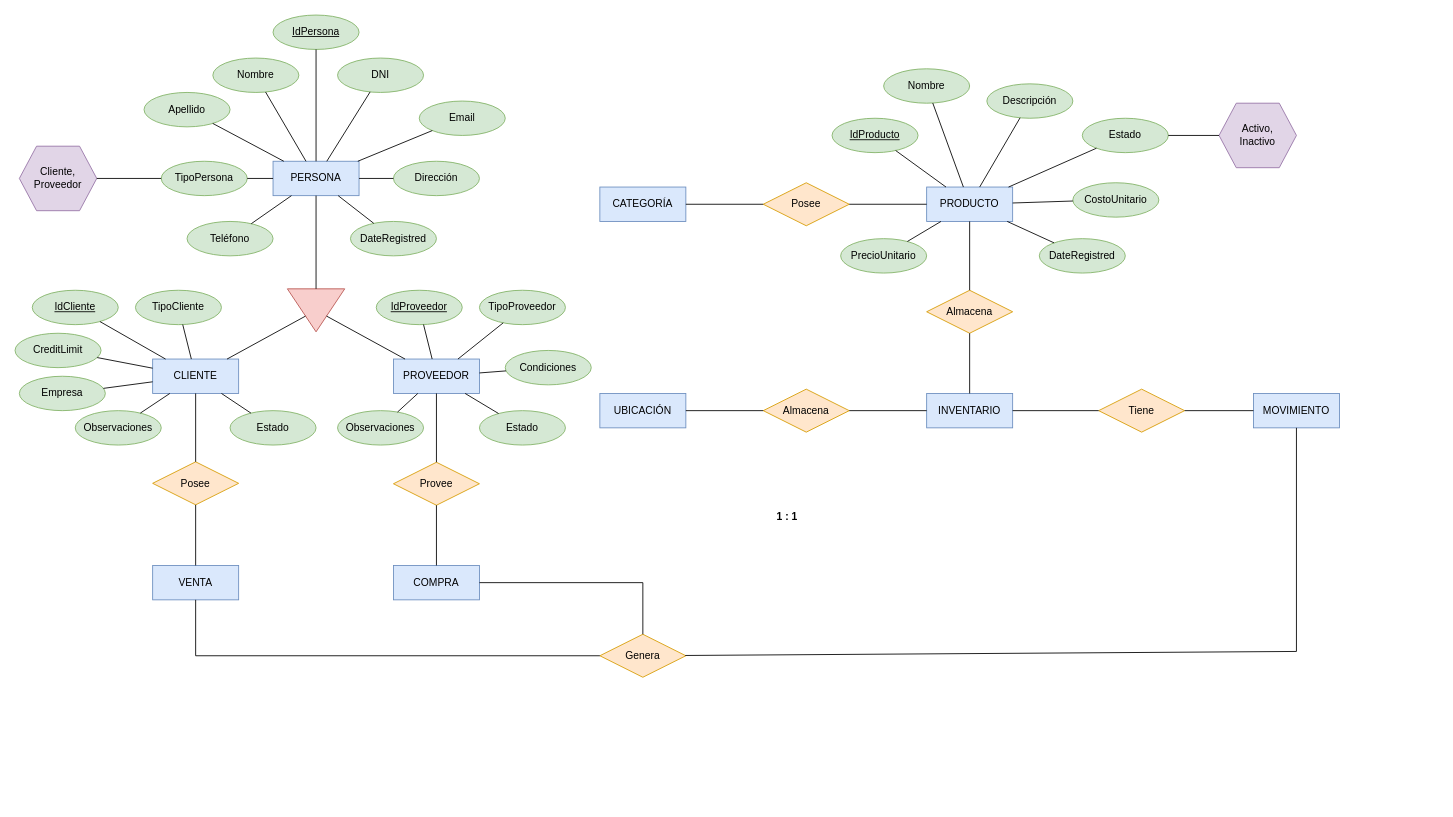
The draw.io diagram DiagramaERD_Inventario.drawio in AngelDavidStudios/Diagramas_BdD_1, before the edit. Source tidied: cells renumbered, new cells numbered last; positions are measured from the earlier drawing's top-left corner, leaving out a move shared by most shapes. Both pictures are drawn from the tidied source at 86%, with x=0, y=0 at pixel (15, 15).
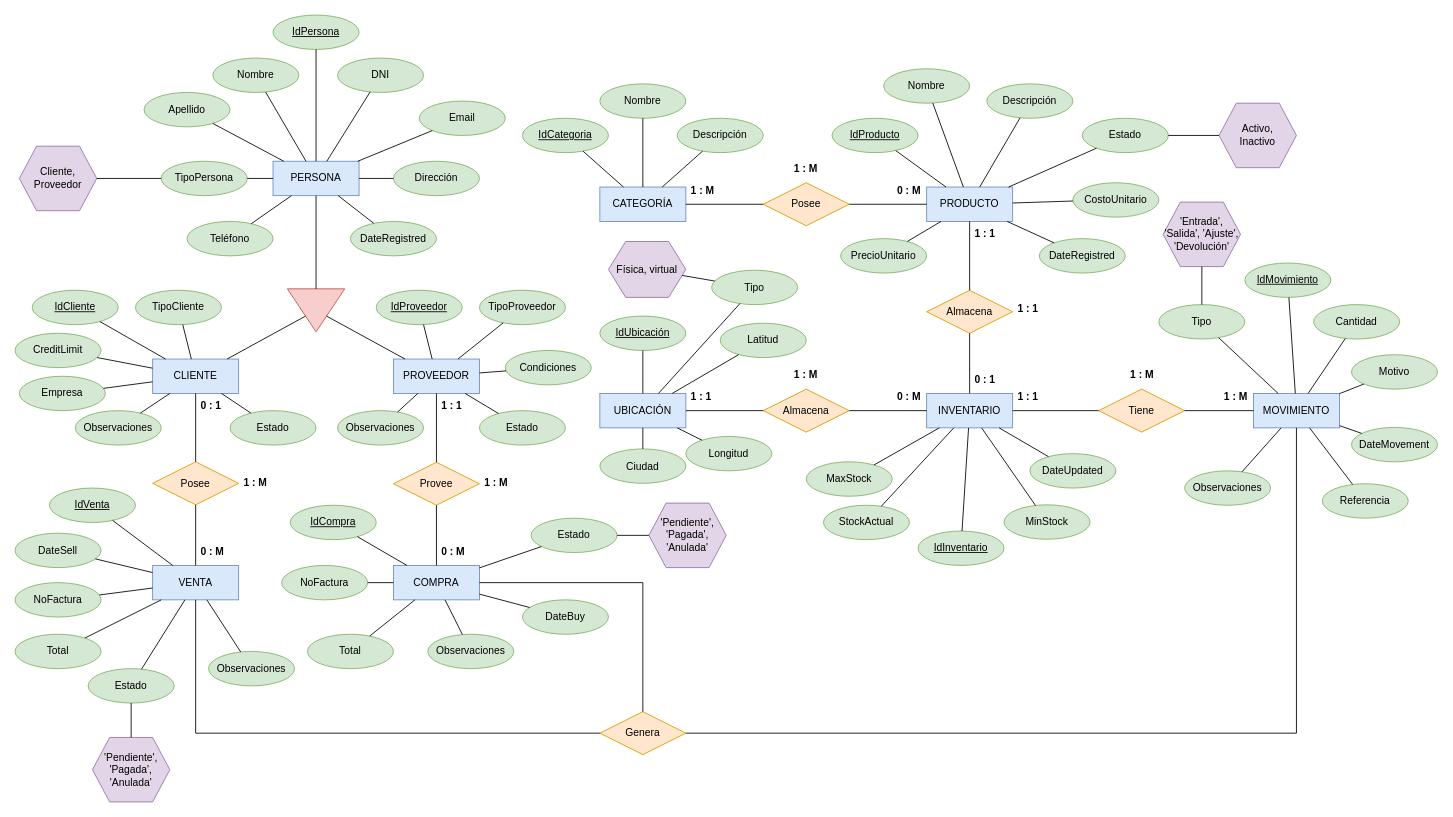
The same page after the edit.

The change refers to these unchanged cells:
```xml
<mxCell id="9" value="INVENTARIO" style="whiteSpace=wrap;html=1;align=center;fillColor=#dae8fc;strokeColor=#6c8ebf;" parent="1" vertex="1">
  <mxGeometry x="1060" y="440" width="100" height="40" as="geometry" />
</mxCell>
<mxCell id="10" value="MOVIMIENTO" style="whiteSpace=wrap;html=1;align=center;fillColor=#dae8fc;strokeColor=#6c8ebf;" parent="1" vertex="1">
  <mxGeometry x="1440" y="440" width="100" height="40" as="geometry" />
</mxCell>
<mxCell id="11" value="CATEGORÍA" style="whiteSpace=wrap;html=1;align=center;fillColor=#dae8fc;strokeColor=#6c8ebf;" parent="1" vertex="1">
  <mxGeometry x="680" y="200" width="100" height="40" as="geometry" />
</mxCell>
<mxCell id="12" value="UBICACIÓN" style="whiteSpace=wrap;html=1;align=center;fillColor=#dae8fc;strokeColor=#6c8ebf;" parent="1" vertex="1">
  <mxGeometry x="680" y="440" width="100" height="40" as="geometry" />
</mxCell>
<mxCell id="13" value="COMPRA" style="whiteSpace=wrap;html=1;align=center;fillColor=#dae8fc;strokeColor=#6c8ebf;" parent="1" vertex="1">
  <mxGeometry x="440" y="640" width="100" height="40" as="geometry" />
</mxCell>
<mxCell id="14" value="VENTA" style="whiteSpace=wrap;html=1;align=center;fillColor=#dae8fc;strokeColor=#6c8ebf;" parent="1" vertex="1">
  <mxGeometry x="160" y="640" width="100" height="40" as="geometry" />
</mxCell>
```

Change to the diagram source:
```diff
@@
-    <mxCell id="4" value="&lt;b&gt;1 : 1&lt;/b&gt;" style="text;strokeColor=none;fillColor=none;spacingLeft=4;spacingRight=4;overflow=hidden;fontSize=12;whiteSpace=wrap;html=1;" parent="1" vertex="1">
-      <mxGeometry x="880" y="569.5" width="40" height="30" as="geometry" />
+    <mxCell id="4" value="&lt;b&gt;1 : M&lt;/b&gt;" style="text;strokeColor=none;fillColor=none;spacingLeft=4;spacingRight=4;overflow=hidden;fontSize=12;whiteSpace=wrap;html=1;" parent="1" vertex="1">
+      <mxGeometry x="260" y="530" width="40" height="30" as="geometry" />
     </mxCell>
@@
     <mxCell id="34" value="Genera" style="shape=rhombus;perimeter=rhombusPerimeter;whiteSpace=wrap;html=1;align=center;fillColor=#ffe6cc;strokeColor=#d79b00;" parent="1" vertex="1">
-      <mxGeometry x="680" y="720" width="100" height="50" as="geometry" />
+      <mxGeometry x="680" y="810" width="100" height="50" as="geometry" />
     </mxCell>
     <mxCell id="35" style="endArrow=none;html=1;rounded=0;" parent="1" edge="1" source="14" target="34">
       <mxGeometry relative="1" as="geometry">
         <Array as="points">
-          <mxPoint x="210" y="745" />
+          <mxPoint x="210" y="835" />
         </Array>
       </mxGeometry>
     </mxCell>
     <mxCell id="36" style="endArrow=none;html=1;rounded=0;" parent="1" edge="1" source="34" target="10">
       <mxGeometry relative="1" as="geometry">
         <Array as="points">
-          <mxPoint x="1490" y="740" />
+          <mxPoint x="1490" y="835" />
         </Array>
       </mxGeometry>
     </mxCell>
@@
+    <mxCell id="97" value="IdCategoria" style="ellipse;whiteSpace=wrap;html=1;align=center;fontStyle=4;fillColor=#d5e8d4;strokeColor=#82b366;" parent="1" vertex="1">
+      <mxGeometry x="590" y="120" width="100" height="40" as="geometry" />
+    </mxCell>
+    <mxCell id="98" value="Descripción" style="ellipse;whiteSpace=wrap;html=1;align=center;fillColor=#d5e8d4;strokeColor=#82b366;" parent="1" vertex="1">
+      <mxGeometry x="770" y="120" width="100" height="40" as="geometry" />
+    </mxCell>
+    <mxCell id="99" value="Nombre" style="ellipse;whiteSpace=wrap;html=1;align=center;fillColor=#d5e8d4;strokeColor=#82b366;" parent="1" vertex="1">
+      <mxGeometry x="680" y="80" width="100" height="40" as="geometry" />
+    </mxCell>
+    <mxCell id="100" style="endArrow=none;html=1;rounded=0;" parent="1" edge="1" source="97" target="11">
+      <mxGeometry relative="1" as="geometry" />
+    </mxCell>
+    <mxCell id="101" style="endArrow=none;html=1;rounded=0;" parent="1" edge="1" source="11" target="99">
+      <mxGeometry relative="1" as="geometry" />
+    </mxCell>
+    <mxCell id="102" style="endArrow=none;html=1;rounded=0;" parent="1" edge="1" source="11" target="98">
+      <mxGeometry relative="1" as="geometry" />
+    </mxCell>
+    <mxCell id="103" value="&lt;b&gt;0 : M&lt;/b&gt;" style="text;strokeColor=none;fillColor=none;spacingLeft=4;spacingRight=4;overflow=hidden;fontSize=12;whiteSpace=wrap;html=1;" parent="1" vertex="1">
+      <mxGeometry x="210" y="610" width="40" height="30" as="geometry" />
+    </mxCell>
+    <mxCell id="104" value="&lt;b&gt;0 : 1&lt;/b&gt;" style="text;strokeColor=none;fillColor=none;spacingLeft=4;spacingRight=4;overflow=hidden;fontSize=12;whiteSpace=wrap;html=1;" parent="1" vertex="1">
+      <mxGeometry x="210" y="440" width="40" height="30" as="geometry" />
+    </mxCell>
+    <mxCell id="105" value="&lt;b&gt;1 : M&lt;/b&gt;" style="text;strokeColor=none;fillColor=none;spacingLeft=4;spacingRight=4;overflow=hidden;fontSize=12;whiteSpace=wrap;html=1;" parent="1" vertex="1">
+      <mxGeometry x="540" y="530" width="40" height="30" as="geometry" />
+    </mxCell>
+    <mxCell id="106" value="&lt;b&gt;1 : 1&lt;/b&gt;" style="text;strokeColor=none;fillColor=none;spacingLeft=4;spacingRight=4;overflow=hidden;fontSize=12;whiteSpace=wrap;html=1;" parent="1" vertex="1">
+      <mxGeometry x="490" y="440" width="40" height="30" as="geometry" />
+    </mxCell>
+    <mxCell id="107" value="&lt;b&gt;0 : M&lt;/b&gt;" style="text;strokeColor=none;fillColor=none;spacingLeft=4;spacingRight=4;overflow=hidden;fontSize=12;whiteSpace=wrap;html=1;" parent="1" vertex="1">
+      <mxGeometry x="490" y="610" width="40" height="30" as="geometry" />
+    </mxCell>
+    <mxCell id="108" value="&lt;b&gt;1 : M&lt;/b&gt;" style="text;strokeColor=none;fillColor=none;spacingLeft=4;spacingRight=4;overflow=hidden;fontSize=12;whiteSpace=wrap;html=1;" parent="1" vertex="1">
+      <mxGeometry x="900" y="405" width="40" height="30" as="geometry" />
+    </mxCell>
+    <mxCell id="109" value="&lt;b&gt;0 : M&lt;/b&gt;" style="text;strokeColor=none;fillColor=none;spacingLeft=4;spacingRight=4;overflow=hidden;fontSize=12;whiteSpace=wrap;html=1;" parent="1" vertex="1">
+      <mxGeometry x="1020" y="430" width="40" height="30" as="geometry" />
+    </mxCell>
+    <mxCell id="110" value="&lt;b&gt;1 : 1&lt;/b&gt;" style="text;strokeColor=none;fillColor=none;spacingLeft=4;spacingRight=4;overflow=hidden;fontSize=12;whiteSpace=wrap;html=1;" parent="1" vertex="1">
+      <mxGeometry x="780" y="430" width="40" height="30" as="geometry" />
+    </mxCell>
+    <mxCell id="111" value="&lt;b&gt;1 : 1&lt;/b&gt;" style="text;strokeColor=none;fillColor=none;spacingLeft=4;spacingRight=4;overflow=hidden;fontSize=12;whiteSpace=wrap;html=1;" parent="1" vertex="1">
+      <mxGeometry x="1160" y="328.3" width="40" height="30" as="geometry" />
+    </mxCell>
+    <mxCell id="112" value="&lt;b&gt;0 : 1&lt;/b&gt;" style="text;strokeColor=none;fillColor=none;spacingLeft=4;spacingRight=4;overflow=hidden;fontSize=12;whiteSpace=wrap;html=1;" parent="1" vertex="1">
+      <mxGeometry x="1110" y="410" width="40" height="30" as="geometry" />
+    </mxCell>
+    <mxCell id="113" value="&lt;b&gt;1 : 1&lt;/b&gt;" style="text;strokeColor=none;fillColor=none;spacingLeft=4;spacingRight=4;overflow=hidden;fontSize=12;whiteSpace=wrap;html=1;" parent="1" vertex="1">
+      <mxGeometry x="1110" y="240" width="40" height="30" as="geometry" />
+    </mxCell>
+    <mxCell id="114" value="&lt;b&gt;1 : M&lt;/b&gt;" style="text;strokeColor=none;fillColor=none;spacingLeft=4;spacingRight=4;overflow=hidden;fontSize=12;whiteSpace=wrap;html=1;" parent="1" vertex="1">
+      <mxGeometry x="900" y="165" width="40" height="30" as="geometry" />
+    </mxCell>
+    <mxCell id="115" value="&lt;b&gt;0 : M&lt;/b&gt;" style="text;strokeColor=none;fillColor=none;spacingLeft=4;spacingRight=4;overflow=hidden;fontSize=12;whiteSpace=wrap;html=1;" parent="1" vertex="1">
+      <mxGeometry x="1020" y="190" width="40" height="30" as="geometry" />
+    </mxCell>
+    <mxCell id="116" value="&lt;b&gt;1 : M&lt;/b&gt;" style="text;strokeColor=none;fillColor=none;spacingLeft=4;spacingRight=4;overflow=hidden;fontSize=12;whiteSpace=wrap;html=1;" parent="1" vertex="1">
+      <mxGeometry x="780" y="190" width="40" height="30" as="geometry" />
+    </mxCell>
+    <mxCell id="117" value="&lt;b&gt;1 : M&lt;/b&gt;" style="text;strokeColor=none;fillColor=none;spacingLeft=4;spacingRight=4;overflow=hidden;fontSize=12;whiteSpace=wrap;html=1;" parent="1" vertex="1">
+      <mxGeometry x="1291" y="405" width="40" height="30" as="geometry" />
+    </mxCell>
+    <mxCell id="118" value="&lt;b&gt;1 : M&lt;/b&gt;" style="text;strokeColor=none;fillColor=none;spacingLeft=4;spacingRight=4;overflow=hidden;fontSize=12;whiteSpace=wrap;html=1;" parent="1" vertex="1">
+      <mxGeometry x="1400" y="430" width="40" height="30" as="geometry" />
+    </mxCell>
+    <mxCell id="119" value="&lt;b&gt;1 : 1&lt;/b&gt;" style="text;strokeColor=none;fillColor=none;spacingLeft=4;spacingRight=4;overflow=hidden;fontSize=12;whiteSpace=wrap;html=1;" parent="1" vertex="1">
+      <mxGeometry x="1160" y="430" width="40" height="30" as="geometry" />
+    </mxCell>
+    <mxCell id="120" value="IdInventario" style="ellipse;whiteSpace=wrap;html=1;align=center;fontStyle=4;fillColor=#d5e8d4;strokeColor=#82b366;" parent="1" vertex="1">
+      <mxGeometry x="1050" y="600" width="100" height="40" as="geometry" />
+    </mxCell>
+    <mxCell id="121" value="StockActual" style="ellipse;whiteSpace=wrap;html=1;align=center;fillColor=#d5e8d4;strokeColor=#82b366;" parent="1" vertex="1">
+      <mxGeometry x="940" y="570" width="100" height="40" as="geometry" />
+    </mxCell>
+    <mxCell id="122" value="MinStock" style="ellipse;whiteSpace=wrap;html=1;align=center;fillColor=#d5e8d4;strokeColor=#82b366;" parent="1" vertex="1">
+      <mxGeometry x="1150" y="569.5" width="100" height="40" as="geometry" />
+    </mxCell>
+    <mxCell id="123" value="MaxStock" style="ellipse;whiteSpace=wrap;html=1;align=center;fillColor=#d5e8d4;strokeColor=#82b366;" parent="1" vertex="1">
+      <mxGeometry x="920" y="519.5" width="100" height="40" as="geometry" />
+    </mxCell>
+    <mxCell id="124" value="DateUpdated" style="ellipse;whiteSpace=wrap;html=1;align=center;fillColor=#d5e8d4;strokeColor=#82b366;" parent="1" vertex="1">
+      <mxGeometry x="1180" y="510" width="100" height="40" as="geometry" />
+    </mxCell>
+    <mxCell id="125" style="endArrow=none;html=1;rounded=0;" parent="1" edge="1" source="123" target="9">
+      <mxGeometry relative="1" as="geometry" />
+    </mxCell>
+    <mxCell id="126" style="endArrow=none;html=1;rounded=0;" parent="1" edge="1" source="121" target="9">
+      <mxGeometry relative="1" as="geometry" />
+    </mxCell>
+    <mxCell id="127" style="endArrow=none;html=1;rounded=0;" parent="1" edge="1" source="120" target="9">
+      <mxGeometry relative="1" as="geometry" />
+    </mxCell>
+    <mxCell id="128" style="endArrow=none;html=1;rounded=0;" parent="1" edge="1" source="9" target="122">
+      <mxGeometry relative="1" as="geometry" />
+    </mxCell>
+    <mxCell id="129" style="endArrow=none;html=1;rounded=0;" parent="1" edge="1" source="9" target="124">
+      <mxGeometry relative="1" as="geometry" />
+    </mxCell>
+    <mxCell id="130" value="IdMovimiento" style="ellipse;whiteSpace=wrap;html=1;align=center;fontStyle=4;fillColor=#d5e8d4;strokeColor=#82b366;" parent="1" vertex="1">
+      <mxGeometry x="1430" y="288.3" width="100" height="40" as="geometry" />
+    </mxCell>
+    <mxCell id="131" value="Tipo" style="ellipse;whiteSpace=wrap;html=1;align=center;fillColor=#d5e8d4;strokeColor=#82b366;" parent="1" vertex="1">
+      <mxGeometry x="1330" y="336.7" width="100" height="40" as="geometry" />
+    </mxCell>
+    <mxCell id="132" value="'Entrada', 'Salida', 'Ajuste', 'Devolución'" style="shape=hexagon;perimeter=hexagonPerimeter2;whiteSpace=wrap;html=1;fixedSize=1;fillColor=#e1d5e7;strokeColor=#9673a6;" parent="1" vertex="1">
+      <mxGeometry x="1335" y="217.5" width="90" height="75" as="geometry" />
+    </mxCell>
+    <mxCell id="133" style="endArrow=none;html=1;rounded=0;" parent="1" edge="1" source="132" target="131">
+      <mxGeometry relative="1" as="geometry" />
+    </mxCell>
+    <mxCell id="134" value="Cantidad" style="ellipse;whiteSpace=wrap;html=1;align=center;fillColor=#d5e8d4;strokeColor=#82b366;" parent="1" vertex="1">
+      <mxGeometry x="1510" y="336.7" width="100" height="40" as="geometry" />
+    </mxCell>
+    <mxCell id="135" value="Motivo" style="ellipse;whiteSpace=wrap;html=1;align=center;fillColor=#d5e8d4;strokeColor=#82b366;" parent="1" vertex="1">
+      <mxGeometry x="1554" y="395" width="100" height="40" as="geometry" />
+    </mxCell>
+    <mxCell id="136" value="DateMovement" style="ellipse;whiteSpace=wrap;html=1;align=center;fillColor=#d5e8d4;strokeColor=#82b366;" parent="1" vertex="1">
+      <mxGeometry x="1554" y="479.5" width="100" height="40" as="geometry" />
+    </mxCell>
+    <mxCell id="137" value="Observaciones" style="ellipse;whiteSpace=wrap;html=1;align=center;fillColor=#d5e8d4;strokeColor=#82b366;" parent="1" vertex="1">
+      <mxGeometry x="1360" y="530" width="100" height="40" as="geometry" />
+    </mxCell>
+    <mxCell id="138" style="endArrow=none;html=1;rounded=0;" parent="1" edge="1" source="131" target="10">
+      <mxGeometry relative="1" as="geometry" />
+    </mxCell>
+    <mxCell id="139" style="endArrow=none;html=1;rounded=0;" parent="1" edge="1" source="130" target="10">
+      <mxGeometry relative="1" as="geometry" />
+    </mxCell>
+    <mxCell id="140" style="endArrow=none;html=1;rounded=0;" parent="1" edge="1" source="10" target="134">
+      <mxGeometry relative="1" as="geometry" />
+    </mxCell>
+    <mxCell id="141" style="endArrow=none;html=1;rounded=0;" parent="1" edge="1" source="10" target="135">
+      <mxGeometry relative="1" as="geometry" />
+    </mxCell>
+    <mxCell id="142" style="endArrow=none;html=1;rounded=0;" parent="1" edge="1" source="10" target="136">
+      <mxGeometry relative="1" as="geometry" />
+    </mxCell>
+    <mxCell id="143" value="Referencia" style="ellipse;whiteSpace=wrap;html=1;align=center;fillColor=#d5e8d4;strokeColor=#82b366;" parent="1" vertex="1">
+      <mxGeometry x="1520" y="545" width="100" height="40" as="geometry" />
+    </mxCell>
+    <mxCell id="144" style="endArrow=none;html=1;rounded=0;" parent="1" edge="1" source="137" target="10">
+      <mxGeometry relative="1" as="geometry" />
+    </mxCell>
+    <mxCell id="145" style="endArrow=none;html=1;rounded=0;" parent="1" edge="1" source="10" target="143">
+      <mxGeometry relative="1" as="geometry" />
+    </mxCell>
+    <mxCell id="146" value="IdCompra" style="ellipse;whiteSpace=wrap;html=1;align=center;fontStyle=4;fillColor=#d5e8d4;strokeColor=#82b366;" parent="1" vertex="1">
+      <mxGeometry x="320" y="570" width="100" height="40" as="geometry" />
+    </mxCell>
+    <mxCell id="147" value="DateBuy" style="ellipse;whiteSpace=wrap;html=1;align=center;fillColor=#d5e8d4;strokeColor=#82b366;" parent="1" vertex="1">
+      <mxGeometry x="590" y="680" width="100" height="40" as="geometry" />
+    </mxCell>
+    <mxCell id="148" value="NoFactura" style="ellipse;whiteSpace=wrap;html=1;align=center;fillColor=#d5e8d4;strokeColor=#82b366;" parent="1" vertex="1">
+      <mxGeometry x="310" y="640" width="100" height="40" as="geometry" />
+    </mxCell>
+    <mxCell id="149" value="Total" style="ellipse;whiteSpace=wrap;html=1;align=center;fillColor=#d5e8d4;strokeColor=#82b366;" parent="1" vertex="1">
+      <mxGeometry x="340" y="720" width="100" height="40" as="geometry" />
+    </mxCell>
+    <mxCell id="150" value="Estado" style="ellipse;whiteSpace=wrap;html=1;align=center;fillColor=#d5e8d4;strokeColor=#82b366;" parent="1" vertex="1">
+      <mxGeometry x="600" y="585" width="100" height="40" as="geometry" />
+    </mxCell>
+    <mxCell id="151" value="Observaciones" style="ellipse;whiteSpace=wrap;html=1;align=center;fillColor=#d5e8d4;strokeColor=#82b366;" parent="1" vertex="1">
+      <mxGeometry x="480" y="720" width="100" height="40" as="geometry" />
+    </mxCell>
+    <mxCell id="152" style="endArrow=none;html=1;rounded=0;" parent="1" edge="1" source="146" target="13">
+      <mxGeometry relative="1" as="geometry" />
+    </mxCell>
+    <mxCell id="153" style="endArrow=none;html=1;rounded=0;" parent="1" edge="1" source="148" target="13">
+      <mxGeometry relative="1" as="geometry" />
+    </mxCell>
+    <mxCell id="154" style="endArrow=none;html=1;rounded=0;" parent="1" edge="1" source="149" target="13">
+      <mxGeometry relative="1" as="geometry" />
+    </mxCell>
+    <mxCell id="155" style="endArrow=none;html=1;rounded=0;" parent="1" edge="1" source="13" target="151">
+      <mxGeometry relative="1" as="geometry" />
+    </mxCell>
+    <mxCell id="156" style="endArrow=none;html=1;rounded=0;" parent="1" edge="1" source="13" target="147">
+      <mxGeometry relative="1" as="geometry" />
+    </mxCell>
+    <mxCell id="157" style="endArrow=none;html=1;rounded=0;" parent="1" edge="1" source="13" target="150">
+      <mxGeometry relative="1" as="geometry" />
+    </mxCell>
+    <mxCell id="158" value="'Pendiente', 'Pagada', 'Anulada'" style="shape=hexagon;perimeter=hexagonPerimeter2;whiteSpace=wrap;html=1;fixedSize=1;fillColor=#e1d5e7;strokeColor=#9673a6;" parent="1" vertex="1">
+      <mxGeometry x="737" y="567.5" width="90" height="75" as="geometry" />
+    </mxCell>
+    <mxCell id="159" style="endArrow=none;html=1;rounded=0;" parent="1" edge="1" source="150" target="158">
+      <mxGeometry relative="1" as="geometry" />
+    </mxCell>
+    <mxCell id="160" value="IdVenta" style="ellipse;whiteSpace=wrap;html=1;align=center;fontStyle=4;fillColor=#d5e8d4;strokeColor=#82b366;" parent="1" vertex="1">
+      <mxGeometry x="40" y="550" width="100" height="40" as="geometry" />
+    </mxCell>
+    <mxCell id="161" value="DateSell" style="ellipse;whiteSpace=wrap;html=1;align=center;fillColor=#d5e8d4;strokeColor=#82b366;" parent="1" vertex="1">
+      <mxGeometry y="602.5" width="100" height="40" as="geometry" />
+    </mxCell>
+    <mxCell id="162" value="NoFactura" style="ellipse;whiteSpace=wrap;html=1;align=center;fillColor=#d5e8d4;strokeColor=#82b366;" parent="1" vertex="1">
+      <mxGeometry y="660" width="100" height="40" as="geometry" />
+    </mxCell>
+    <mxCell id="163" value="Total" style="ellipse;whiteSpace=wrap;html=1;align=center;fillColor=#d5e8d4;strokeColor=#82b366;" parent="1" vertex="1">
+      <mxGeometry y="720" width="100" height="40" as="geometry" />
+    </mxCell>
+    <mxCell id="164" value="Observaciones" style="ellipse;whiteSpace=wrap;html=1;align=center;fillColor=#d5e8d4;strokeColor=#82b366;" parent="1" vertex="1">
+      <mxGeometry x="225" y="740" width="100" height="40" as="geometry" />
+    </mxCell>
+    <mxCell id="165" value="Estado" style="ellipse;whiteSpace=wrap;html=1;align=center;fillColor=#d5e8d4;strokeColor=#82b366;" parent="1" vertex="1">
+      <mxGeometry x="85" y="760" width="100" height="40" as="geometry" />
+    </mxCell>
+    <mxCell id="166" value="'Pendiente', 'Pagada', 'Anulada'" style="shape=hexagon;perimeter=hexagonPerimeter2;whiteSpace=wrap;html=1;fixedSize=1;fillColor=#e1d5e7;strokeColor=#9673a6;" parent="1" vertex="1">
+      <mxGeometry x="90" y="840" width="90" height="75" as="geometry" />
+    </mxCell>
+    <mxCell id="167" style="endArrow=none;html=1;rounded=0;" parent="1" edge="1" source="14" target="164">
+      <mxGeometry relative="1" as="geometry" />
+    </mxCell>
+    <mxCell id="168" style="endArrow=none;html=1;rounded=0;" parent="1" edge="1" source="160" target="14">
+      <mxGeometry relative="1" as="geometry" />
+    </mxCell>
+    <mxCell id="169" style="endArrow=none;html=1;rounded=0;" parent="1" edge="1" source="161" target="14">
+      <mxGeometry relative="1" as="geometry" />
+    </mxCell>
+    <mxCell id="170" style="endArrow=none;html=1;rounded=0;" parent="1" edge="1" source="162" target="14">
+      <mxGeometry relative="1" as="geometry" />
+    </mxCell>
+    <mxCell id="171" style="endArrow=none;html=1;rounded=0;" parent="1" edge="1" source="163" target="14">
+      <mxGeometry relative="1" as="geometry" />
+    </mxCell>
+    <mxCell id="172" style="endArrow=none;html=1;rounded=0;" parent="1" edge="1" source="165" target="14">
+      <mxGeometry relative="1" as="geometry" />
+    </mxCell>
+    <mxCell id="173" style="endArrow=none;html=1;rounded=0;" parent="1" edge="1" source="166" target="165">
+      <mxGeometry relative="1" as="geometry" />
+    </mxCell>
+    <mxCell id="174" value="IdUbicación" style="ellipse;whiteSpace=wrap;html=1;align=center;fontStyle=4;fillColor=#d5e8d4;strokeColor=#82b366;" parent="1" vertex="1">
+      <mxGeometry x="680" y="350" width="100" height="40" as="geometry" />
+    </mxCell>
+    <mxCell id="175" value="Longitud" style="ellipse;whiteSpace=wrap;html=1;align=center;fillColor=#d5e8d4;strokeColor=#82b366;" parent="1" vertex="1">
+      <mxGeometry x="780" y="490" width="100" height="40" as="geometry" />
+    </mxCell>
+    <mxCell id="176" value="Latitud" style="ellipse;whiteSpace=wrap;html=1;align=center;fillColor=#d5e8d4;strokeColor=#82b366;" parent="1" vertex="1">
+      <mxGeometry x="820" y="358.3" width="100" height="40" as="geometry" />
+    </mxCell>
+    <mxCell id="177" value="Ciudad" style="ellipse;whiteSpace=wrap;html=1;align=center;fillColor=#d5e8d4;strokeColor=#82b366;" parent="1" vertex="1">
+      <mxGeometry x="680" y="504.5" width="100" height="40" as="geometry" />
+    </mxCell>
+    <mxCell id="178" style="endArrow=none;html=1;rounded=0;" parent="1" edge="1" source="12" target="174">
+      <mxGeometry relative="1" as="geometry" />
+    </mxCell>
+    <mxCell id="179" style="endArrow=none;html=1;rounded=0;" parent="1" edge="1" source="12" target="177">
+      <mxGeometry relative="1" as="geometry" />
+    </mxCell>
+    <mxCell id="180" style="endArrow=none;html=1;rounded=0;" parent="1" edge="1" source="12" target="176">
+      <mxGeometry relative="1" as="geometry" />
+    </mxCell>
+    <mxCell id="181" style="endArrow=none;html=1;rounded=0;" parent="1" edge="1" source="12" target="175">
+      <mxGeometry relative="1" as="geometry" />
+    </mxCell>
+    <mxCell id="182" value="Tipo" style="ellipse;whiteSpace=wrap;html=1;align=center;fillColor=#d5e8d4;strokeColor=#82b366;" parent="1" vertex="1">
+      <mxGeometry x="810" y="296.7" width="100" height="40" as="geometry" />
+    </mxCell>
+    <mxCell id="183" style="endArrow=none;html=1;rounded=0;" parent="1" edge="1" source="12" target="182">
+      <mxGeometry relative="1" as="geometry" />
+    </mxCell>
+    <mxCell id="184" value="Física, virtual" style="shape=hexagon;perimeter=hexagonPerimeter2;whiteSpace=wrap;html=1;fixedSize=1;fillColor=#e1d5e7;strokeColor=#9673a6;" parent="1" vertex="1">
+      <mxGeometry x="690" y="263.3" width="90" height="65" as="geometry" />
+    </mxCell>
+    <mxCell id="185" style="endArrow=none;html=1;rounded=0;" parent="1" edge="1" source="184" target="182">
+      <mxGeometry relative="1" as="geometry" />
+    </mxCell>
```
